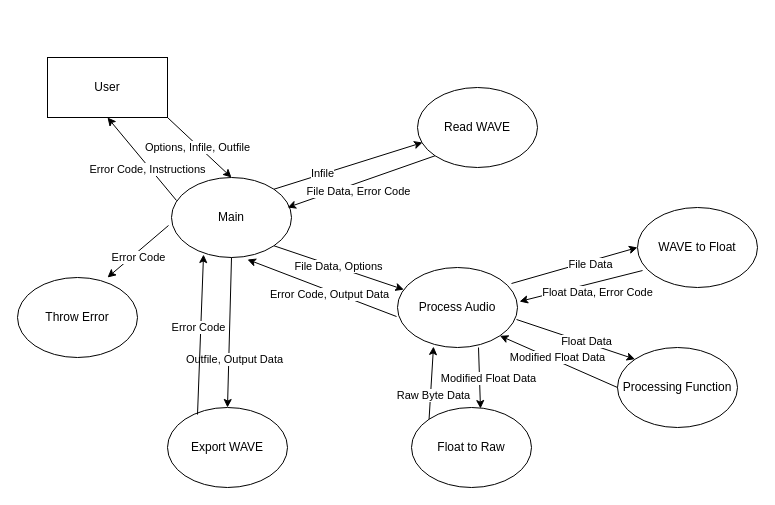
minerscale/sdd_proj keeps this draw.io diagram as doc/diagram_source/DFD.drawio. Above is the earlier version. Source tidied: cells renumbered, new cells numbered last; positions are measured from the earlier drawing's top-left corner, leaving out a move shared by most shapes. Both pictures are drawn from the tidied source at 100%, with x=0, y=0 at pixel (17, 57).
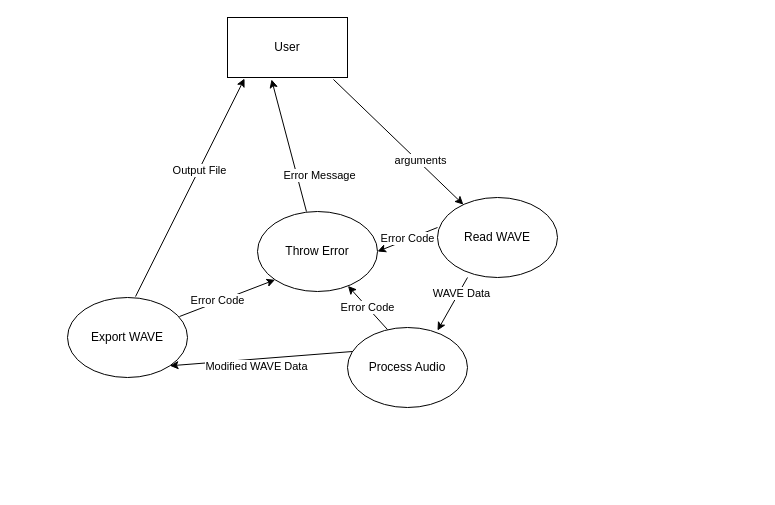
After the change.

The edit, as a diff of the source:
```diff
@@
     <mxCell id="2" value="User" style="rounded=0;whiteSpace=wrap;html=1;" parent="1" vertex="1">
-      <mxGeometry x="30" width="120" height="60" as="geometry" />
+      <mxGeometry x="210" y="-40" width="120" height="60" as="geometry" />
     </mxCell>
-    <mxCell id="3" value="Main" style="ellipse;whiteSpace=wrap;html=1;" parent="1" vertex="1">
-      <mxGeometry x="154" y="120" width="120" height="80" as="geometry" />
-    </mxCell>
+    <mxCell id="7" value="Read WAVE" style="ellipse;whiteSpace=wrap;html=1;" parent="1" vertex="1">
+      <mxGeometry x="420" y="140" width="120" height="80" as="geometry" />
+    </mxCell>
+    <mxCell id="6" value="Process Audio" style="ellipse;whiteSpace=wrap;html=1;" parent="1" vertex="1">
+      <mxGeometry x="330" y="270" width="120" height="80" as="geometry" />
+    </mxCell>
     <mxCell id="4" value="Export WAVE" style="ellipse;whiteSpace=wrap;html=1;" parent="1" vertex="1">
-      <mxGeometry x="150" y="350" width="120" height="80" as="geometry" />
+      <mxGeometry x="50" y="240" width="120" height="80" as="geometry" />
     </mxCell>
-    <mxCell id="5" value="WAVE to Float" style="ellipse;whiteSpace=wrap;html=1;" parent="1" vertex="1">
-      <mxGeometry x="620" y="150" width="120" height="80" as="geometry" />
-    </mxCell>
-    <mxCell id="6" value="Process Audio" style="ellipse;whiteSpace=wrap;html=1;" parent="1" vertex="1">
-      <mxGeometry x="380" y="210" width="120" height="80" as="geometry" />
-    </mxCell>
-    <mxCell id="7" value="Read WAVE" style="ellipse;whiteSpace=wrap;html=1;" parent="1" vertex="1">
-      <mxGeometry x="400" y="30" width="120" height="80" as="geometry" />
-    </mxCell>
-    <mxCell id="8" style="endArrow=classic;html=1;entryX=0.042;entryY=0.688;entryDx=0;entryDy=0;entryPerimeter=0;exitX=1;exitY=0;exitDx=0;exitDy=0;" parent="1" edge="1" source="3" target="7">
-      <mxGeometry relative="1" as="geometry" />
-    </mxCell>
-    <mxCell id="9" value="Infile" style="edgeLabel;html=1;align=center;verticalAlign=middle;" parent="8" vertex="1">
-      <mxGeometry x="-0.34" y="1" relative="1" as="geometry" />
-    </mxCell>
-    <mxCell id="10" style="endArrow=classic;html=1;entryX=0.967;entryY=0.375;entryDx=0;entryDy=0;entryPerimeter=0;exitX=0;exitY=1;exitDx=0;exitDy=0;" parent="1" edge="1" source="7" target="3">
-      <mxGeometry relative="1" as="geometry" />
-    </mxCell>
-    <mxCell id="11" value="File Data, Error Code" style="edgeLabel;html=1;align=center;verticalAlign=middle;" parent="10" vertex="1">
-      <mxGeometry x="0.34" y="1" relative="1" as="geometry">
-        <mxPoint x="21.2" as="offset" />
-      </mxGeometry>
-    </mxCell>
-    <mxCell id="12" style="endArrow=classic;html=1;exitX=1;exitY=1;exitDx=0;exitDy=0;" parent="1" edge="1" source="3" target="6">
-      <mxGeometry relative="1" as="geometry" />
-    </mxCell>
-    <mxCell id="13" value="File Data, Options" style="edgeLabel;html=1;align=center;verticalAlign=middle;" parent="12" vertex="1">
-      <mxGeometry x="0.25" y="1" relative="1" as="geometry">
-        <mxPoint x="-18" y="-6.4" as="offset" />
-      </mxGeometry>
-    </mxCell>
-    <mxCell id="14" style="endArrow=classic;html=1;exitX=1;exitY=1;exitDx=0;exitDy=0;entryX=0.5;entryY=0;entryDx=0;entryDy=0;" parent="1" edge="1" source="2" target="3">
-      <mxGeometry relative="1" as="geometry" />
-    </mxCell>
-    <mxCell id="15" value="Options, Infile, Outfile" style="edgeLabel;html=1;align=center;verticalAlign=middle;" parent="14" vertex="1">
-      <mxGeometry x="-0.44" y="-3" relative="1" as="geometry">
-        <mxPoint x="13.8" y="10.7" as="offset" />
-      </mxGeometry>
-    </mxCell>
-    <mxCell id="16" style="endArrow=classic;html=1;exitX=-0.008;exitY=0.613;exitDx=0;exitDy=0;exitPerimeter=0;entryX=0.633;entryY=1.025;entryDx=0;entryDy=0;entryPerimeter=0;" parent="1" edge="1" source="6" target="3">
-      <mxGeometry relative="1" as="geometry" />
-    </mxCell>
-    <mxCell id="17" value="Error Code, Output Data" style="edgeLabel;html=1;align=center;verticalAlign=middle;" parent="16" vertex="1">
-      <mxGeometry x="-0.21" y="-3" relative="1" as="geometry">
-        <mxPoint x="-9.3" y="2.3" as="offset" />
-      </mxGeometry>
-    </mxCell>
-    <mxCell id="18" style="endArrow=classic;html=1;entryX=0.5;entryY=1;entryDx=0;entryDy=0;exitX=0.042;exitY=0.288;exitDx=0;exitDy=0;exitPerimeter=0;" parent="1" edge="1" source="3" target="2">
-      <mxGeometry relative="1" as="geometry" />
-    </mxCell>
-    <mxCell id="19" value="Error Code, Instructions" style="edgeLabel;html=1;align=center;verticalAlign=middle;" parent="18" vertex="1">
-      <mxGeometry x="-0.2" y="3" relative="1" as="geometry" />
-    </mxCell>
-    <mxCell id="20" style="endArrow=classic;html=1;entryX=0.5;entryY=0;entryDx=0;entryDy=0;exitX=0.5;exitY=1;exitDx=0;exitDy=0;" parent="1" edge="1" source="3" target="4">
-      <mxGeometry relative="1" as="geometry" />
-    </mxCell>
-    <mxCell id="21" value="Outfile, Output Data" style="edgeLabel;html=1;align=center;verticalAlign=middle;" parent="20" vertex="1">
-      <mxGeometry x="0.22" y="5" relative="1" as="geometry">
-        <mxPoint y="9.7" as="offset" />
-      </mxGeometry>
-    </mxCell>
-    <mxCell id="22" style="endArrow=classic;html=1;entryX=0.267;entryY=0.963;entryDx=0;entryDy=0;entryPerimeter=0;exitX=0.25;exitY=0.088;exitDx=0;exitDy=0;exitPerimeter=0;" parent="1" edge="1" source="4" target="3">
-      <mxGeometry relative="1" as="geometry" />
-    </mxCell>
-    <mxCell id="23" value="Error Code" style="edgeLabel;html=1;align=center;verticalAlign=middle;" parent="22" vertex="1">
-      <mxGeometry x="-0.43" y="-2" relative="1" as="geometry">
-        <mxPoint x="-3.7" y="-42.1" as="offset" />
-      </mxGeometry>
-    </mxCell>
-    <mxCell id="24" value="Float to Raw" style="ellipse;whiteSpace=wrap;html=1;" parent="1" vertex="1">
-      <mxGeometry x="394" y="350" width="120" height="80" as="geometry" />
-    </mxCell>
     <mxCell id="25" value="Throw Error" style="ellipse;whiteSpace=wrap;html=1;" parent="1" vertex="1">
-      <mxGeometry y="220" width="120" height="80" as="geometry" />
+      <mxGeometry x="240" y="154" width="120" height="80" as="geometry" />
     </mxCell>
-    <mxCell id="26" style="endArrow=classic;html=1;entryX=0.75;entryY=0;entryDx=0;entryDy=0;exitX=-0.025;exitY=0.6;exitDx=0;exitDy=0;exitPerimeter=0;entryPerimeter=0;" parent="1" edge="1" source="3" target="25">
-      <mxGeometry relative="1" as="geometry" />
-    </mxCell>
-    <mxCell id="27" value="Error Code" style="edgeLabel;html=1;align=center;verticalAlign=middle;" parent="26" vertex="1">
-      <mxGeometry x="0.29" y="4" relative="1" as="geometry">
-        <mxPoint x="6.1" y="-5.2" as="offset" />
-      </mxGeometry>
-    </mxCell>
-    <mxCell id="28" value="Processing Function" style="ellipse;whiteSpace=wrap;html=1;" parent="1" vertex="1">
-      <mxGeometry x="600" y="290" width="120" height="80" as="geometry" />
-    </mxCell>
-    <mxCell id="29" style="endArrow=classic;html=1;entryX=0;entryY=0.5;entryDx=0;entryDy=0;exitX=0.95;exitY=0.2;exitDx=0;exitDy=0;exitPerimeter=0;" parent="1" edge="1" source="6" target="5">
-      <mxGeometry relative="1" as="geometry" />
-    </mxCell>
-    <mxCell id="30" value="File Data" style="edgeLabel;html=1;align=center;verticalAlign=middle;" parent="29" vertex="1">
-      <mxGeometry x="0.23" y="-3" relative="1" as="geometry" />
-    </mxCell>
-    <mxCell id="31" style="endArrow=classic;html=1;entryX=0;entryY=0;entryDx=0;entryDy=0;exitX=0.992;exitY=0.65;exitDx=0;exitDy=0;exitPerimeter=0;" parent="1" edge="1" source="6" target="28">
-      <mxGeometry relative="1" as="geometry" />
-    </mxCell>
-    <mxCell id="32" value="Float Data" style="edgeLabel;html=1;align=center;verticalAlign=middle;" parent="31" vertex="1">
-      <mxGeometry x="0.17" y="2" relative="1" as="geometry" />
-    </mxCell>
-    <mxCell id="33" style="endArrow=classic;html=1;exitX=0.042;exitY=0.788;exitDx=0;exitDy=0;entryX=1.017;entryY=0.425;entryDx=0;entryDy=0;entryPerimeter=0;exitPerimeter=0;" parent="1" edge="1" source="5" target="6">
-      <mxGeometry relative="1" as="geometry" />
-    </mxCell>
-    <mxCell id="34" value="Float Data, Error Code" style="edgeLabel;html=1;align=center;verticalAlign=middle;" parent="33" vertex="1">
-      <mxGeometry x="0.32" y="3" relative="1" as="geometry">
-        <mxPoint x="35.1" y="-1.6" as="offset" />
-      </mxGeometry>
-    </mxCell>
-    <mxCell id="35" style="endArrow=classic;html=1;entryX=1;entryY=1;entryDx=0;entryDy=0;exitX=0;exitY=0.5;exitDx=0;exitDy=0;" parent="1" edge="1" source="28" target="6">
-      <mxGeometry relative="1" as="geometry" />
-    </mxCell>
-    <mxCell id="36" value="Modified Float Data" style="edgeLabel;html=1;align=center;verticalAlign=middle;" parent="35" vertex="1">
-      <mxGeometry x="-0.35" y="-2" relative="1" as="geometry">
-        <mxPoint x="-22.4" y="-11.3" as="offset" />
-      </mxGeometry>
-    </mxCell>
-    <mxCell id="37" style="endArrow=classic;html=1;entryX=0.575;entryY=0.013;entryDx=0;entryDy=0;entryPerimeter=0;exitX=0.675;exitY=1;exitDx=0;exitDy=0;exitPerimeter=0;" parent="1" edge="1" source="6" target="24">
-      <mxGeometry relative="1" as="geometry" />
-    </mxCell>
-    <mxCell id="38" value="Modified Float Data" style="edgeLabel;html=1;align=center;verticalAlign=middle;" parent="37" vertex="1">
-      <mxGeometry x="0.34" y="-1" relative="1" as="geometry">
-        <mxPoint x="8.7" y="-11" as="offset" />
-      </mxGeometry>
-    </mxCell>
-    <mxCell id="39" style="endArrow=classic;html=1;entryX=0.3;entryY=0.988;entryDx=0;entryDy=0;entryPerimeter=0;exitX=0;exitY=0;exitDx=0;exitDy=0;" parent="1" edge="1" source="24" target="6">
-      <mxGeometry relative="1" as="geometry" />
-    </mxCell>
-    <mxCell id="40" value="Raw Byte Data" style="edgeLabel;html=1;align=center;verticalAlign=middle;" parent="39" vertex="1">
-      <mxGeometry x="-0.34" y="-2" relative="1" as="geometry" />
-    </mxCell>
+    <mxCell id="41" style="endArrow=classic;html=1;exitX=0.883;exitY=1.033;exitDx=0;exitDy=0;exitPerimeter=0;" parent="1" edge="1" source="2" target="7">
+      <mxGeometry relative="1" as="geometry" />
+    </mxCell>
+    <mxCell id="42" value="arguments" style="edgeLabel;html=1;align=center;verticalAlign=middle;" parent="41" vertex="1">
+      <mxGeometry x="0.42" y="3" relative="1" as="geometry">
+        <mxPoint x="-8.2" y="-5.9" as="offset" />
+      </mxGeometry>
+    </mxCell>
+    <mxCell id="43" style="endArrow=classic;html=1;exitX=0.25;exitY=1;exitDx=0;exitDy=0;exitPerimeter=0;entryX=0.75;entryY=0.038;entryDx=0;entryDy=0;entryPerimeter=0;" parent="1" edge="1" source="7" target="6">
+      <mxGeometry relative="1" as="geometry" />
+    </mxCell>
+    <mxCell id="44" value="WAVE Data" style="edgeLabel;html=1;align=center;verticalAlign=middle;" parent="43" vertex="1">
+      <mxGeometry x="-0.43" y="2" relative="1" as="geometry" />
+    </mxCell>
+    <mxCell id="45" style="endArrow=classic;html=1;entryX=1;entryY=1;entryDx=0;entryDy=0;exitX=0.042;exitY=0.3;exitDx=0;exitDy=0;exitPerimeter=0;" parent="1" edge="1" source="6" target="4">
+      <mxGeometry relative="1" as="geometry" />
+    </mxCell>
+    <mxCell id="46" value="Modified WAVE Data" style="edgeLabel;html=1;align=center;verticalAlign=middle;" parent="45" vertex="1">
+      <mxGeometry x="0.24" y="-2" relative="1" as="geometry">
+        <mxPoint x="17.1" y="7.8" as="offset" />
+      </mxGeometry>
+    </mxCell>
+    <mxCell id="47" style="endArrow=classic;html=1;entryX=0;entryY=1;entryDx=0;entryDy=0;exitX=0.933;exitY=0.238;exitDx=0;exitDy=0;exitPerimeter=0;" parent="1" edge="1" source="4" target="25">
+      <mxGeometry relative="1" as="geometry" />
+    </mxCell>
+    <mxCell id="48" value="Error Code" style="edgeLabel;html=1;align=center;verticalAlign=middle;" parent="47" vertex="1">
+      <mxGeometry x="-0.2" y="2" relative="1" as="geometry" />
+    </mxCell>
+    <mxCell id="49" style="endArrow=classic;html=1;exitX=0.333;exitY=0.025;exitDx=0;exitDy=0;exitPerimeter=0;" parent="1" edge="1" source="6" target="25">
+      <mxGeometry relative="1" as="geometry" />
+    </mxCell>
+    <mxCell id="50" value="Error Code" style="edgeLabel;html=1;align=center;verticalAlign=middle;" parent="49" vertex="1">
+      <mxGeometry x="0.53" y="-1" relative="1" as="geometry">
+        <mxPoint x="9.5" y="12" as="offset" />
+      </mxGeometry>
+    </mxCell>
+    <mxCell id="51" style="endArrow=classic;html=1;entryX=1;entryY=0.5;entryDx=0;entryDy=0;exitX=0;exitY=0.375;exitDx=0;exitDy=0;exitPerimeter=0;" parent="1" edge="1" source="7" target="25">
+      <mxGeometry relative="1" as="geometry" />
+    </mxCell>
+    <mxCell id="52" value="Error Code" style="edgeLabel;html=1;align=center;verticalAlign=middle;" parent="51" vertex="1">
+      <mxGeometry x="0.63" y="1" relative="1" as="geometry">
+        <mxPoint x="18.8" y="-10.6" as="offset" />
+      </mxGeometry>
+    </mxCell>
+    <mxCell id="53" style="endArrow=classic;html=1;entryX=0.367;entryY=1.033;entryDx=0;entryDy=0;entryPerimeter=0;exitX=0.408;exitY=0;exitDx=0;exitDy=0;exitPerimeter=0;" parent="1" edge="1" source="25" target="2">
+      <mxGeometry relative="1" as="geometry" />
+    </mxCell>
+    <mxCell id="54" value="Error Message" style="edgeLabel;html=1;align=center;verticalAlign=middle;" parent="53" vertex="1">
+      <mxGeometry x="-0.38" y="3" relative="1" as="geometry">
+        <mxPoint x="25.7" y="3.4" as="offset" />
+      </mxGeometry>
+    </mxCell>
+    <mxCell id="55" style="endArrow=classic;html=1;exitX=0.567;exitY=-0.012;exitDx=0;exitDy=0;exitPerimeter=0;entryX=0.142;entryY=1.017;entryDx=0;entryDy=0;entryPerimeter=0;" parent="1" edge="1" source="4" target="2">
+      <mxGeometry relative="1" as="geometry" />
+    </mxCell>
+    <mxCell id="56" value="Output File" style="edgeLabel;html=1;align=center;verticalAlign=middle;" parent="55" vertex="1">
+      <mxGeometry x="0.16" relative="1" as="geometry" />
+    </mxCell>
```
